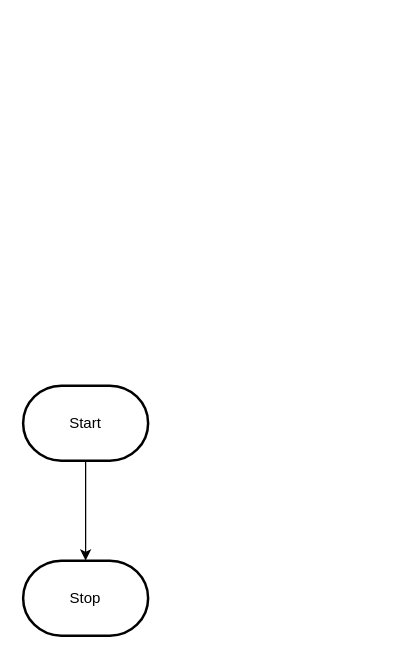
Above: design/flowchart.drawio in MTHS-ICD2O-1-2024/ICD2O-Unit-6-04-peter-zerbinos (draw.io), before the change. Source tidied: cells renumbered, new cells numbered last; positions are measured from the earlier drawing's top-left corner, leaving out a move shared by most shapes. Both pictures are drawn from the tidied source at 125%, with x=0, y=0 at pixel (22, 385).
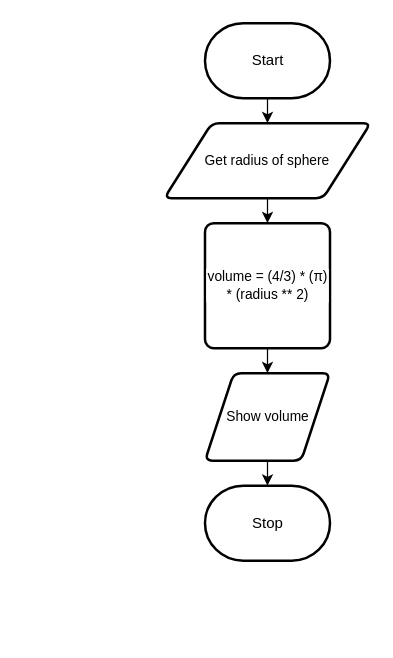
After the change.

Commit message (it also covers changes not shown here):
html, css, js, flowchart, storyboard, picture

The edit, as a diff of the source:
```diff
@@
 <mxGraphModel>
   <root>
     <mxCell id="0" />
     <mxCell id="1" parent="0" />
-    <mxCell id="2" style="edgeStyle=orthogonalEdgeStyle;html=1;rounded=0;" parent="1" edge="1" source="3" target="4">
-      <mxGeometry relative="1" as="geometry" />
-    </mxCell>
+    <mxCell id="5" style="edgeStyle=orthogonalEdgeStyle;shape=connector;rounded=0;html=1;exitX=0.5;exitY=1;exitDx=0;exitDy=0;exitPerimeter=0;entryX=0.5;entryY=0;entryDx=0;entryDy=0;strokeColor=default;align=center;verticalAlign=middle;fontFamily=Helvetica;fontSize=11;fontColor=default;labelBackgroundColor=default;endArrow=classic;" parent="1" edge="1" source="3" target="7">
+      <mxGeometry relative="1" as="geometry" />
+    </mxCell>
     <mxCell id="3" value="Start" style="strokeWidth=2;html=1;shape=mxgraph.flowchart.terminator;whiteSpace=wrap;" parent="1" vertex="1">
-      <mxGeometry width="100" height="60" as="geometry" />
+      <mxGeometry x="145.5" y="-290" width="100" height="60" as="geometry" />
     </mxCell>
     <mxCell id="4" value="Stop" style="strokeWidth=2;html=1;shape=mxgraph.flowchart.terminator;whiteSpace=wrap;" parent="1" vertex="1">
-      <mxGeometry y="140" width="100" height="60" as="geometry" />
+      <mxGeometry x="145.5" y="80" width="100" height="60" as="geometry" />
     </mxCell>
+    <mxCell id="6" style="edgeStyle=orthogonalEdgeStyle;shape=connector;rounded=0;html=1;exitX=0.5;exitY=1;exitDx=0;exitDy=0;entryX=0.5;entryY=0;entryDx=0;entryDy=0;strokeColor=default;align=center;verticalAlign=middle;fontFamily=Helvetica;fontSize=11;fontColor=default;labelBackgroundColor=default;endArrow=classic;" parent="1" edge="1" source="7" target="9">
+      <mxGeometry relative="1" as="geometry" />
+    </mxCell>
+    <mxCell id="7" value="Get radius of sphere" style="shape=parallelogram;html=1;strokeWidth=2;perimeter=parallelogramPerimeter;whiteSpace=wrap;rounded=1;arcSize=12;size=0.23;fontFamily=Helvetica;fontSize=11;fontColor=default;labelBackgroundColor=default;" parent="1" vertex="1">
+      <mxGeometry x="113" y="-210" width="165" height="60" as="geometry" />
+    </mxCell>
+    <mxCell id="8" style="edgeStyle=orthogonalEdgeStyle;shape=connector;rounded=0;html=1;exitX=0.5;exitY=1;exitDx=0;exitDy=0;entryX=0.5;entryY=0;entryDx=0;entryDy=0;strokeColor=default;align=center;verticalAlign=middle;fontFamily=Helvetica;fontSize=11;fontColor=default;labelBackgroundColor=default;endArrow=classic;" parent="1" edge="1" source="9" target="10">
+      <mxGeometry relative="1" as="geometry" />
+    </mxCell>
+    <mxCell id="9" value="volume = (4/3) * (π) * (radius ** 2)" style="rounded=1;whiteSpace=wrap;html=1;absoluteArcSize=1;arcSize=14;strokeWidth=2;fontFamily=Helvetica;fontSize=11;fontColor=default;labelBackgroundColor=default;" parent="1" vertex="1">
+      <mxGeometry x="145.5" y="-130" width="100" height="100" as="geometry" />
+    </mxCell>
+    <mxCell id="10" value="Show volume" style="shape=parallelogram;html=1;strokeWidth=2;perimeter=parallelogramPerimeter;whiteSpace=wrap;rounded=1;arcSize=12;size=0.23;fontFamily=Helvetica;fontSize=11;fontColor=default;labelBackgroundColor=default;" parent="1" vertex="1">
+      <mxGeometry x="145.5" y="-10" width="100" height="70" as="geometry" />
+    </mxCell>
+    <mxCell id="11" style="edgeStyle=orthogonalEdgeStyle;shape=connector;rounded=0;html=1;exitX=0.5;exitY=1;exitDx=0;exitDy=0;entryX=0.5;entryY=0;entryDx=0;entryDy=0;entryPerimeter=0;strokeColor=default;align=center;verticalAlign=middle;fontFamily=Helvetica;fontSize=11;fontColor=default;labelBackgroundColor=default;endArrow=classic;" parent="1" edge="1" source="10" target="4">
+      <mxGeometry relative="1" as="geometry" />
+    </mxCell>
   </root>
 </mxGraphModel>
```
